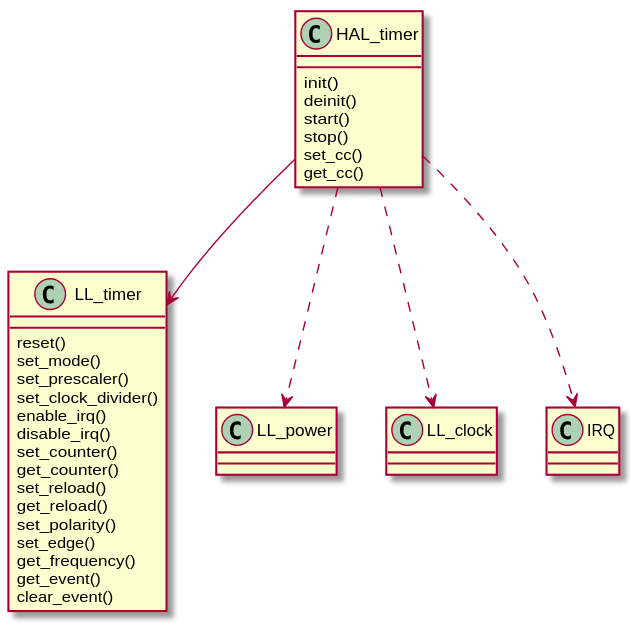
This is docs/source/assets/images/timer.svg from onkwon/halmcu, a PlantUML export, as it was before one commit.
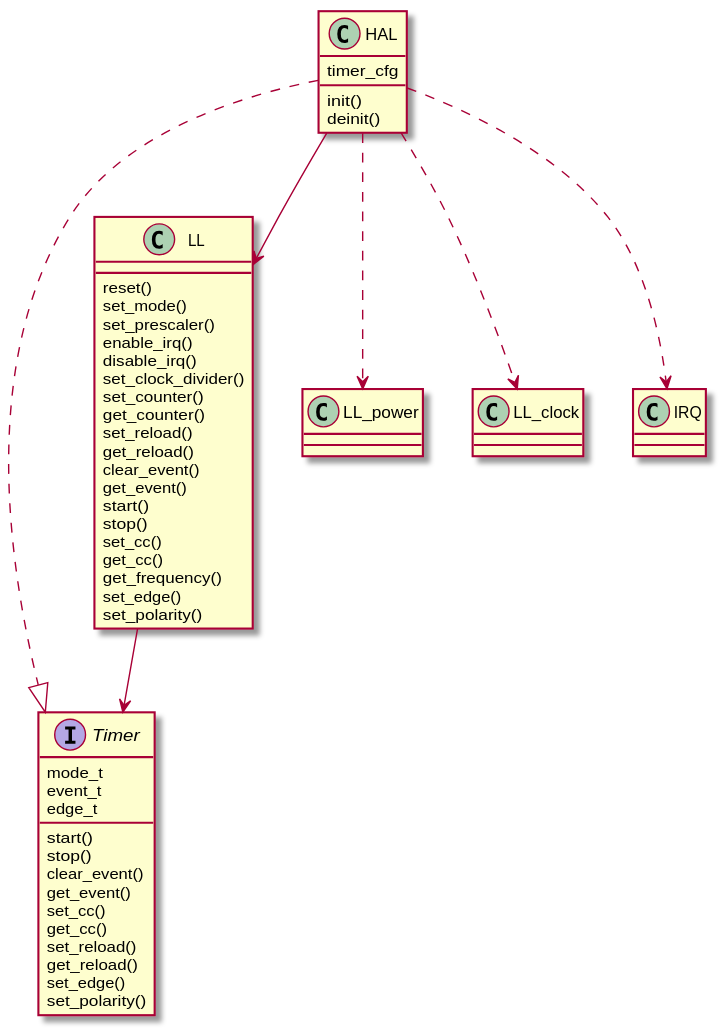
Above is the later version.

Diff of the diagram source:
```diff
@@ -1,33 +1,54 @@
 @startuml
-class HAL_timer {
-	init()
-	deinit()
+interface Timer {
+	mode_t
+	event_t
+	edge_t
+
+	start()
+	stop()
+	clear_event()
+	get_event()
+	set_cc()
+	get_cc()
+	set_reload()
+	get_reload()
+	set_edge()
+	set_polarity()
+}
+
+class LL {
+	reset()
+	set_mode()
+	set_prescaler()
+	enable_irq()
+	disable_irq()
+	set_clock_divider()
+	set_counter()
+	get_counter()
+	set_reload()
+	get_reload()
+	clear_event()
+	get_event()
 	start()
 	stop()
 	set_cc()
 	get_cc()
+	get_frequency()
+	set_edge()
+	set_polarity()
 }
 
-class LL_timer {
-	reset()
-	set_mode()
-	set_prescaler()
-	set_clock_divider()
-	enable_irq()
-	disable_irq()
-	set_counter()
-	get_counter()
-	set_reload()
-	get_reload()
-	set_polarity()
-	set_edge()
-	get_frequency()
-	get_event()
-	clear_event()
+class HAL {
+	timer_cfg
+
+	init()
+	deinit()
 }
 
-HAL_timer --> LL_timer
-HAL_timer ..> LL_power
-HAL_timer ..> LL_clock
-HAL_timer ..> IRQ
+HAL ..|> Timer
+HAL --> LL
+HAL ..> LL_power
+HAL ..> LL_clock
+HAL ..> IRQ
+LL --> Timer
 @enduml
```
